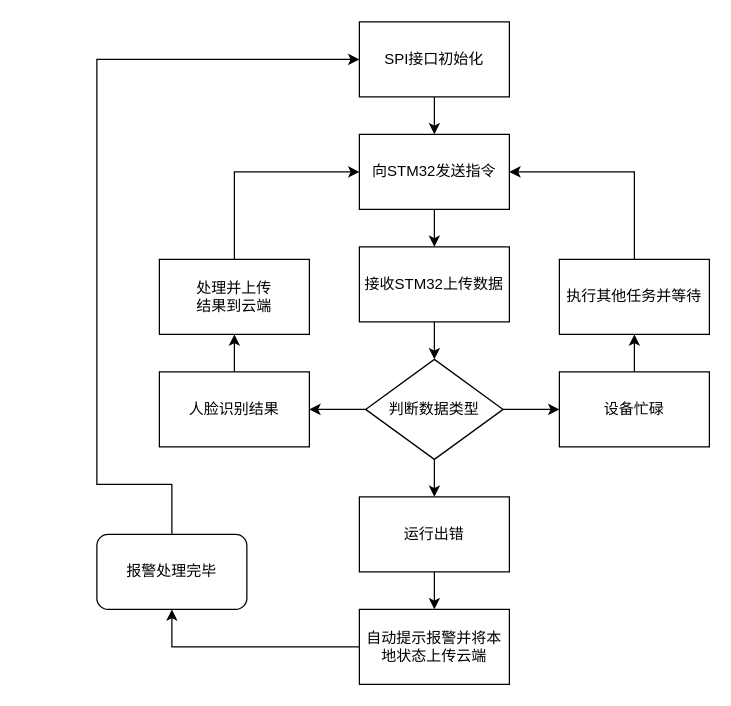
Earlier version of the draw.io diagram Hardware/Control/pictures/FSM.dio (redlightASl/sign_in_project). Source tidied: cells renumbered, new cells numbered last; positions are measured from the earlier drawing's top-left corner, leaving out a move shared by most shapes. Both pictures are drawn from the tidied source at 125%, with x=0, y=0 at pixel (96, 21).
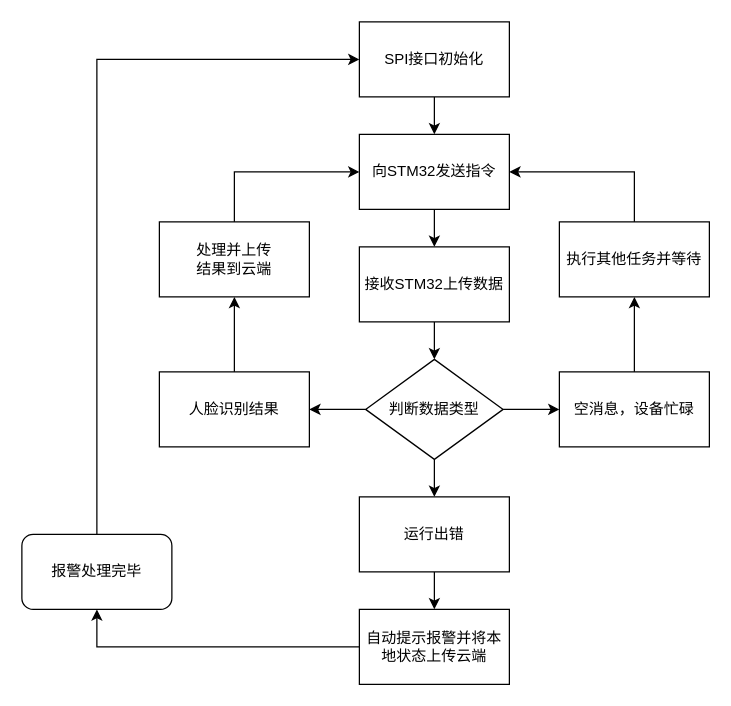
Above is the later version.

Unchanged cells that the change refers to:
```xml
<mxCell id="3" value="SPI接口初始化" style="rounded=0;whiteSpace=wrap;html=1;" parent="1" vertex="1">
  <mxGeometry x="210" width="120" height="60" as="geometry" />
</mxCell>
```

Diff of the diagram source:
```diff
@@
     <mxCell id="9" value="处理并上传&lt;br&gt;结果到云端" style="rounded=0;whiteSpace=wrap;html=1;" parent="1" vertex="1">
-      <mxGeometry x="50" y="190" width="120" height="60" as="geometry" />
+      <mxGeometry x="50" y="160" width="120" height="60" as="geometry" />
     </mxCell>
@@
-    <mxCell id="19" value="设备忙碌" style="rounded=0;whiteSpace=wrap;html=1;" parent="1" vertex="1">
+    <mxCell id="19" value="空消息，设备忙碌" style="rounded=0;whiteSpace=wrap;html=1;" parent="1" vertex="1">
       <mxGeometry x="370" y="280" width="120" height="60" as="geometry" />
     </mxCell>
@@
     <mxCell id="22" style="edgeStyle=orthogonalEdgeStyle;rounded=0;jettySize=auto;html=1;exitX=0.5;exitY=0;exitDx=0;exitDy=0;entryX=0;entryY=0.5;entryDx=0;entryDy=0;" parent="1" edge="1" source="23" target="3">
       <mxGeometry relative="1" as="geometry">
         <Array as="points">
-          <mxPoint x="60" y="370" />
-          <mxPoint y="370" />
+          <mxPoint y="410" />
           <mxPoint y="30" />
         </Array>
       </mxGeometry>
     </mxCell>
     <mxCell id="23" value="报警处理完毕" style="rounded=1;whiteSpace=wrap;html=1;" parent="1" vertex="1">
-      <mxGeometry y="410" width="120" height="60" as="geometry" />
+      <mxGeometry x="-60" y="410" width="120" height="60" as="geometry" />
     </mxCell>
@@
     <mxCell id="25" value="执行其他任务并等待" style="rounded=0;whiteSpace=wrap;html=1;" parent="1" vertex="1">
-      <mxGeometry x="370" y="190" width="120" height="60" as="geometry" />
+      <mxGeometry x="370" y="160" width="120" height="60" as="geometry" />
     </mxCell>
```
